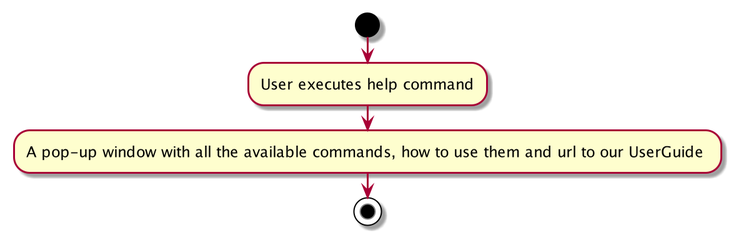
This is docs/images/HelpCommandActivityDiagram.png from nus-cs2103-AY2021S2/tp, a PlantUML export, as it was before one commit.
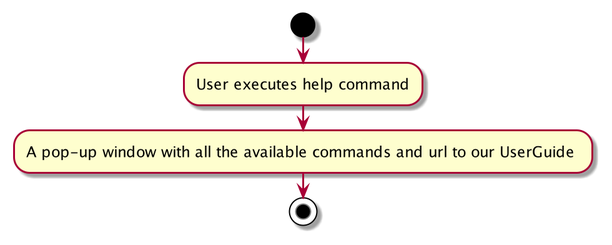
The same file after the commit.

Change to the diagram source:
```diff
@@ -1,7 +1,7 @@
 @startuml
 start
 :User executes help command;
-:A pop-up window with all the available commands, how to use them and url to our UserGuide ;
+:A pop-up window with all the available commands and url to our UserGuide ;
 
 stop
 @enduml
```
